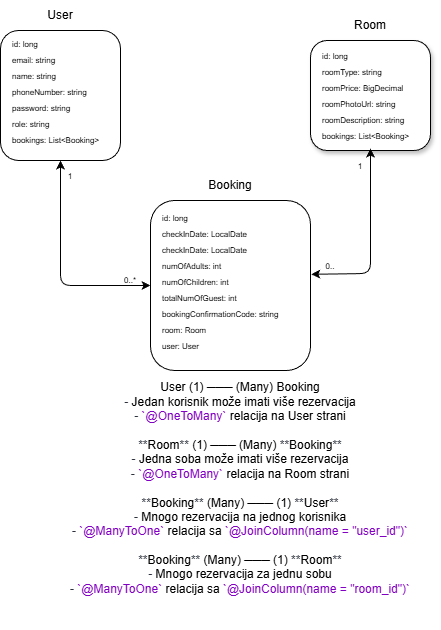
The draw.io diagram dijagram.drawio.png in mbulic97/eHotelMirnes, before a commit. Source tidied: cells renumbered, new cells last; positions are measured from the earlier drawing's top-left corner, leaving out a move shared by most shapes.
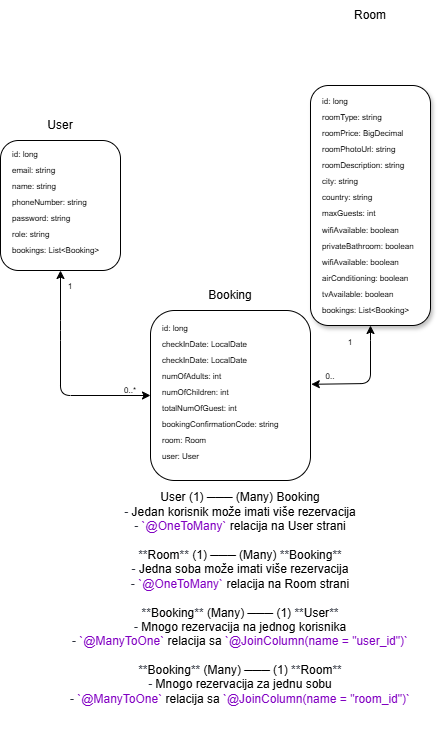
After the commit.

The edit, as a diff of the source:
```diff
@@ -15,10 +15,10 @@
       <mxGeometry x="200" y="170" width="60" height="30" as="geometry" />
     </mxCell>
     <mxCell id="6" style="rounded=1;whiteSpace=wrap;html=1;shadow=1;" parent="1" vertex="1">
-      <mxGeometry x="310" y="40" width="120" height="110" as="geometry" />
+      <mxGeometry x="310" y="-25" width="120" height="240" as="geometry" />
     </mxCell>
     <mxCell id="7" value="Room" style="text;strokeColor=none;align=center;fillColor=none;html=1;verticalAlign=middle;whiteSpace=wrap;rounded=0;" parent="1" vertex="1">
-      <mxGeometry x="340" y="10" width="60" height="30" as="geometry" />
+      <mxGeometry x="340" y="-110" width="60" height="30" as="geometry" />
     </mxCell>
     <mxCell id="8" value="id: long" style="text;strokeColor=none;align=left;fillColor=none;html=1;verticalAlign=middle;whiteSpace=wrap;rounded=0;fontSize=8;fontStyle=0;" parent="1" vertex="1">
       <mxGeometry x="10" y="36" width="80" height="16" as="geometry" />
@@ -72,22 +72,22 @@
       <mxGeometry x="160" y="322" width="80" height="16" as="geometry" />
     </mxCell>
     <mxCell id="25" value="id: long" style="text;strokeColor=none;align=left;fillColor=none;html=1;verticalAlign=middle;whiteSpace=wrap;rounded=0;fontSize=8;fontStyle=0;" parent="1" vertex="1">
-      <mxGeometry x="320" y="48" width="80" height="16" as="geometry" />
+      <mxGeometry x="320" y="-17" width="80" height="16" as="geometry" />
     </mxCell>
     <mxCell id="26" value="roomType: string" style="text;strokeColor=none;align=left;fillColor=none;html=1;verticalAlign=middle;whiteSpace=wrap;rounded=0;fontSize=8;fontStyle=0;" parent="1" vertex="1">
-      <mxGeometry x="320" y="64" width="80" height="16" as="geometry" />
+      <mxGeometry x="320" y="-1" width="80" height="16" as="geometry" />
     </mxCell>
     <mxCell id="27" value="roomPrice: BigDecimal" style="text;strokeColor=none;align=left;fillColor=none;html=1;verticalAlign=middle;whiteSpace=wrap;rounded=0;fontSize=8;fontStyle=0;" parent="1" vertex="1">
-      <mxGeometry x="320" y="80" width="90" height="16" as="geometry" />
+      <mxGeometry x="320" y="15" width="90" height="16" as="geometry" />
     </mxCell>
     <mxCell id="28" value="roomPhotoUrl: string" style="text;strokeColor=none;align=left;fillColor=none;html=1;verticalAlign=middle;whiteSpace=wrap;rounded=0;fontSize=8;fontStyle=0;" parent="1" vertex="1">
-      <mxGeometry x="320" y="96" width="80" height="16" as="geometry" />
+      <mxGeometry x="320" y="31" width="80" height="16" as="geometry" />
     </mxCell>
     <mxCell id="29" value="roomDescription: string" style="text;strokeColor=none;align=left;fillColor=none;html=1;verticalAlign=middle;whiteSpace=wrap;rounded=0;fontSize=8;fontStyle=0;" parent="1" vertex="1">
-      <mxGeometry x="320" y="112" width="90" height="16" as="geometry" />
+      <mxGeometry x="320" y="47" width="90" height="16" as="geometry" />
     </mxCell>
     <mxCell id="30" value="bookings: List&amp;lt;Booking&amp;gt;" style="text;strokeColor=none;align=left;fillColor=none;html=1;verticalAlign=middle;whiteSpace=wrap;rounded=0;fontSize=8;fontStyle=0;" parent="1" vertex="1">
-      <mxGeometry x="320" y="128" width="90" height="16" as="geometry" />
+      <mxGeometry x="320" y="192" width="90" height="16" as="geometry" />
     </mxCell>
     <mxCell id="31" value="0..*" style="text;strokeColor=none;align=center;fillColor=none;html=1;verticalAlign=middle;whiteSpace=wrap;rounded=0;fontSize=8;" parent="1" vertex="1">
       <mxGeometry x="120" y="274" width="20" height="11" as="geometry" />
@@ -103,20 +103,44 @@
     <mxCell id="33" value="1" style="text;strokeColor=none;align=center;fillColor=none;html=1;verticalAlign=middle;whiteSpace=wrap;rounded=0;fontSize=8;" parent="1" vertex="1">
       <mxGeometry x="60" y="170" width="20" height="11" as="geometry" />
     </mxCell>
-    <mxCell id="34" style="endArrow=classic;startArrow=classic;html=1;entryX=0.5;entryY=1;entryDx=0;entryDy=0;exitX=1.005;exitY=0.434;exitDx=0;exitDy=0;exitPerimeter=0;" parent="1" edge="1" source="3">
+    <mxCell id="34" style="endArrow=classic;startArrow=classic;html=1;exitX=1.005;exitY=0.434;exitDx=0;exitDy=0;exitPerimeter=0;" parent="1" edge="1" source="3" target="6">
       <mxGeometry relative="1" as="geometry">
-        <mxPoint x="370" y="148" as="targetPoint" />
         <Array as="points">
           <mxPoint x="370" y="273" />
-          <mxPoint x="370" y="208" />
+          <mxPoint x="370" y="220" />
+          <mxPoint x="370" y="230" />
         </Array>
       </mxGeometry>
     </mxCell>
     <mxCell id="35" value="1" style="text;strokeColor=none;align=center;fillColor=none;html=1;verticalAlign=middle;whiteSpace=wrap;rounded=0;fontSize=8;" parent="1" vertex="1">
-      <mxGeometry x="350" y="160" width="20" height="11" as="geometry" />
+      <mxGeometry x="340" y="226" width="20" height="11" as="geometry" />
     </mxCell>
     <mxCell id="36" value="0.." style="text;strokeColor=none;align=center;fillColor=none;html=1;verticalAlign=middle;whiteSpace=wrap;rounded=0;fontSize=8;" parent="1" vertex="1">
       <mxGeometry x="320" y="260.5" width="20" height="11" as="geometry" />
     </mxCell>
+    <mxCell id="37" value="city: string" style="text;strokeColor=none;align=left;fillColor=none;html=1;verticalAlign=middle;whiteSpace=wrap;rounded=0;fontSize=8;fontStyle=0;" parent="1" vertex="1">
+      <mxGeometry x="320" y="63" width="90" height="16" as="geometry" />
+    </mxCell>
+    <mxCell id="38" value="country: string" style="text;strokeColor=none;align=left;fillColor=none;html=1;verticalAlign=middle;whiteSpace=wrap;rounded=0;fontSize=8;fontStyle=0;" parent="1" vertex="1">
+      <mxGeometry x="320" y="79" width="90" height="16" as="geometry" />
+    </mxCell>
+    <mxCell id="39" value="maxGuests: int" style="text;strokeColor=none;align=left;fillColor=none;html=1;verticalAlign=middle;whiteSpace=wrap;rounded=0;fontSize=8;fontStyle=0;" parent="1" vertex="1">
+      <mxGeometry x="320" y="95" width="90" height="16" as="geometry" />
+    </mxCell>
+    <mxCell id="40" value="wifiAvailable: boolean" style="text;strokeColor=none;align=left;fillColor=none;html=1;verticalAlign=middle;whiteSpace=wrap;rounded=0;fontSize=8;fontStyle=0;" parent="1" vertex="1">
+      <mxGeometry x="320" y="112" width="90" height="16" as="geometry" />
+    </mxCell>
+    <mxCell id="41" value="privateBathroom: boolean" style="text;strokeColor=none;align=left;fillColor=none;html=1;verticalAlign=middle;whiteSpace=wrap;rounded=0;fontSize=8;fontStyle=0;" parent="1" vertex="1">
+      <mxGeometry x="320" y="128" width="100" height="16" as="geometry" />
+    </mxCell>
+    <mxCell id="42" value="wifiAvailable: boolean" style="text;strokeColor=none;align=left;fillColor=none;html=1;verticalAlign=middle;whiteSpace=wrap;rounded=0;fontSize=8;fontStyle=0;" parent="1" vertex="1">
+      <mxGeometry x="320" y="144" width="90" height="16" as="geometry" />
+    </mxCell>
+    <mxCell id="43" value="airConditioning: boolean" style="text;strokeColor=none;align=left;fillColor=none;html=1;verticalAlign=middle;whiteSpace=wrap;rounded=0;fontSize=8;fontStyle=0;" parent="1" vertex="1">
+      <mxGeometry x="320" y="160" width="90" height="16" as="geometry" />
+    </mxCell>
+    <mxCell id="44" value="tvAvailable: boolean" style="text;strokeColor=none;align=left;fillColor=none;html=1;verticalAlign=middle;whiteSpace=wrap;rounded=0;fontSize=8;fontStyle=0;" parent="1" vertex="1">
+      <mxGeometry x="320" y="176" width="90" height="16" as="geometry" />
+    </mxCell>
   </root>
 </mxGraphModel>
```
